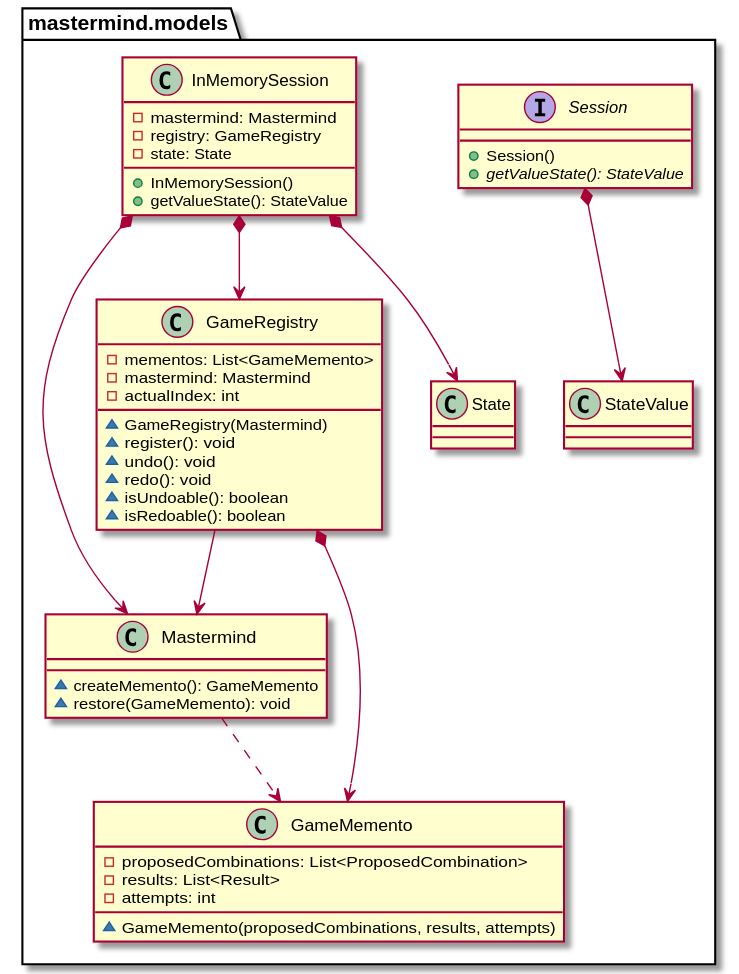
Earlier version of the PlantUML export docs/mastermind.models.svg (juanaviladev/dcs-mastermind). The source it was exported from:
```plantuml
@startuml

top to bottom direction

interface mastermind.models.Session {
    + Session()
    + {abstract} getValueState(): StateValue
}
mastermind.models.Session *--> mastermind.models.StateValue

class mastermind.models.InMemorySession {
    - mastermind: Mastermind
    - registry: GameRegistry
    - state: State
    + InMemorySession()
    + getValueState(): StateValue
}
mastermind.models.InMemorySession *--> mastermind.models.Mastermind
mastermind.models.InMemorySession *--> mastermind.models.GameRegistry
mastermind.models.InMemorySession *--> mastermind.models.State

class mastermind.models.GameRegistry {
   - mementos: List<GameMemento>
   - mastermind: Mastermind
   - actualIndex: int
   ~ GameRegistry(Mastermind)
   ~ register(): void
   ~ undo(): void
   ~ redo(): void
   ~ isUndoable(): boolean
   ~ isRedoable(): boolean
}
mastermind.models.GameRegistry *--> mastermind.models.GameMemento
mastermind.models.GameRegistry --> mastermind.models.Mastermind

class mastermind.models.Mastermind {
   ~ createMemento(): GameMemento
   ~ restore(GameMemento): void
}
mastermind.models.Mastermind ..> mastermind.models.GameMemento

class mastermind.models.GameMemento {
   - proposedCombinations: List<ProposedCombination>
   - results: List<Result>
   - attempts: int
   ~ GameMemento(proposedCombinations, results, attempts)
}

@enduml
```
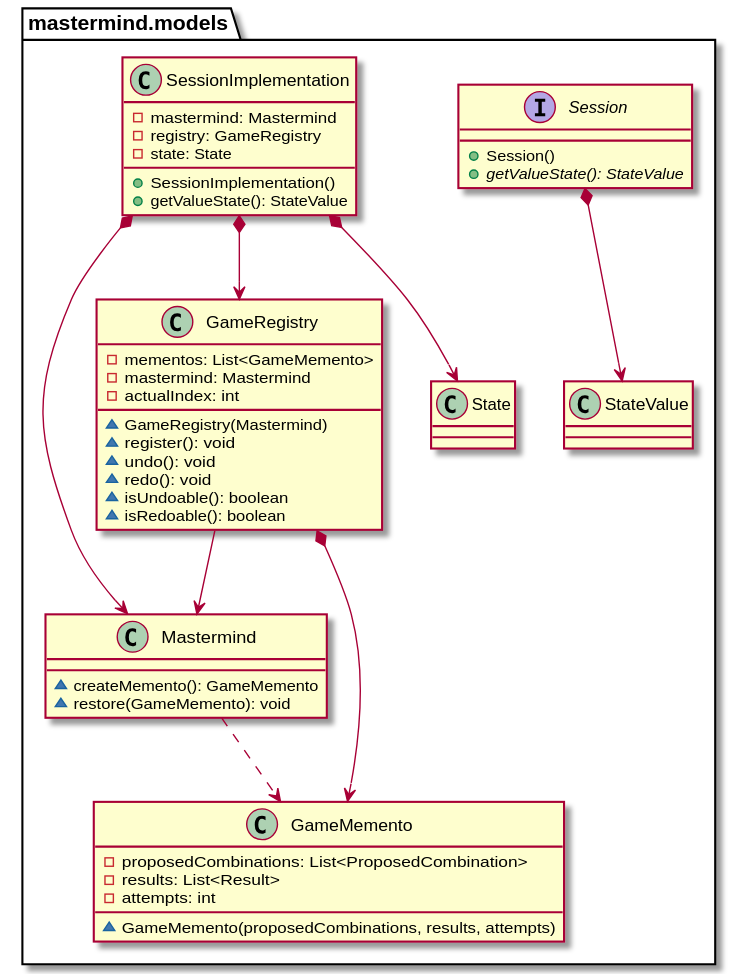
Later version of the same file.

What changed in the source:
```diff
@@ -8,16 +8,16 @@
 }
 mastermind.models.Session *--> mastermind.models.StateValue
 
-class mastermind.models.InMemorySession {
+class mastermind.models.SessionImplementation {
     - mastermind: Mastermind
     - registry: GameRegistry
     - state: State
-    + InMemorySession()
+    + SessionImplementation()
     + getValueState(): StateValue
 }
-mastermind.models.InMemorySession *--> mastermind.models.Mastermind
-mastermind.models.InMemorySession *--> mastermind.models.GameRegistry
-mastermind.models.InMemorySession *--> mastermind.models.State
+mastermind.models.SessionImplementation *--> mastermind.models.Mastermind
+mastermind.models.SessionImplementation *--> mastermind.models.GameRegistry
+mastermind.models.SessionImplementation *--> mastermind.models.State
 
 class mastermind.models.GameRegistry {
    - mementos: List<GameMemento>
```
